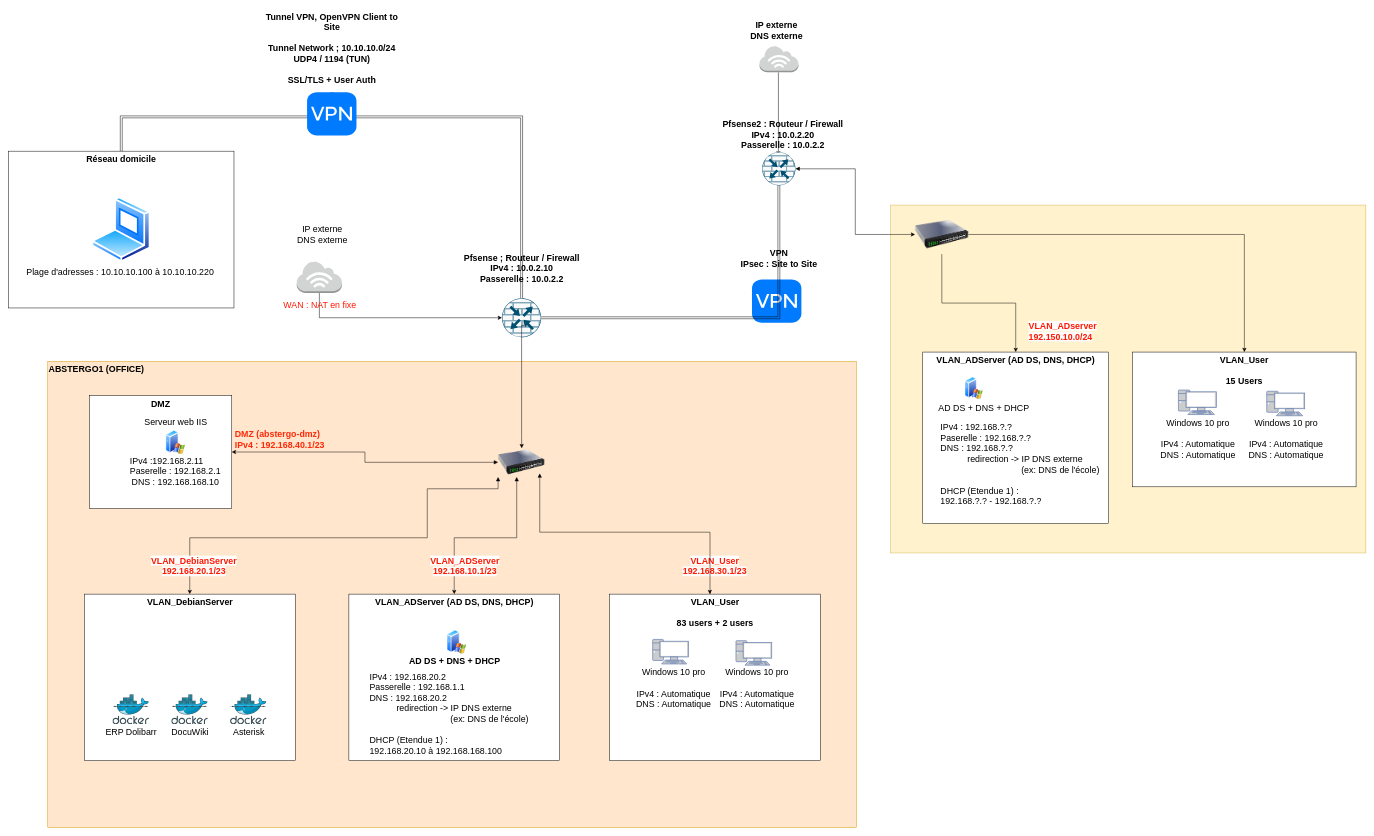
Before: New Network Architecture Abstergo.drawio in CharifMah/AbstergoAnimus, a draw.io diagram. Source tidied: cells renumbered, new cells numbered last; positions are measured from the earlier drawing's top-left corner, leaving out a move shared by most shapes. Both pictures are drawn from the tidied source at 49%, with x=0, y=0 at pixel (8, 8).
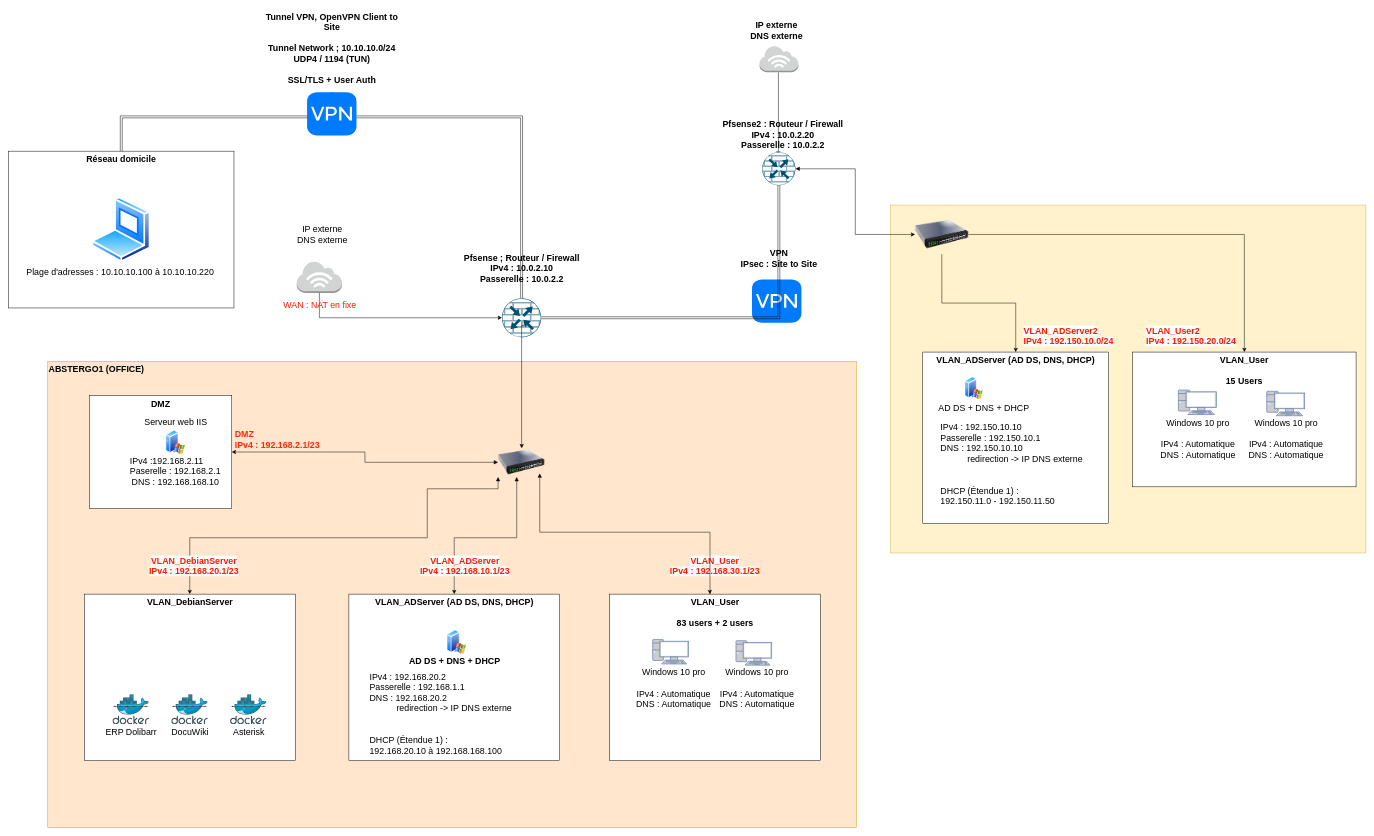
After the change.

Commit message:
Mettre à jour New Network Architecture Abstergo.drawio

The change refers to these unchanged cells:
```xml
<mxCell id="8" style="group;fontSize=18;" parent="1" vertex="1">
  <mxGeometry x="1800" y="401" width="970" height="710" as="geometry" />
</mxCell>
<mxCell id="10" style="group;fontSize=18;" parent="8" vertex="1">
  <mxGeometry x="65.7" y="300" width="384.5" height="350" as="geometry" />
</mxCell>
<mxCell id="56" style="group;fontSize=18;" parent="1" vertex="1">
  <mxGeometry x="154.5" y="1110" width="430.5" height="425" as="geometry" />
</mxCell>
<mxCell id="64" style="group;fontSize=18;" parent="1" vertex="1">
  <mxGeometry x="694.5" y="1110" width="443" height="425" as="geometry" />
</mxCell>
<mxCell id="69" style="group;fontSize=18;" parent="67" vertex="1">
  <mxGeometry x="40" y="72.5" width="350" height="267.5" as="geometry" />
</mxCell>
<mxCell id="73" style="group;fontSize=18;" parent="1" vertex="1">
  <mxGeometry x="1226.5" y="1110" width="430" height="425" as="geometry" />
</mxCell>
<mxCell id="84" style="group;fontSize=18;" parent="1" vertex="1">
  <mxGeometry x="165" y="790" width="505" height="230" as="geometry" />
</mxCell>
```

The edit, as a diff of the source:
```diff
@@
-    <mxCell id="15" value="IPv4 : 192.168.?.?&lt;br style=&quot;font-size: 18px;&quot;&gt;Paserelle : 192.168.?.?&lt;br style=&quot;font-size: 18px;&quot;&gt;DNS : 192.168.?.?&lt;br style=&quot;font-size: 18px;&quot;&gt;&amp;nbsp; &amp;nbsp; &amp;nbsp; &amp;nbsp; &amp;nbsp; &amp;nbsp;redirection -&amp;gt; IP DNS externe&lt;br style=&quot;font-size: 18px;&quot;&gt;&amp;nbsp; &amp;nbsp; &amp;nbsp; &amp;nbsp; &amp;nbsp; &amp;nbsp; &amp;nbsp; &amp;nbsp; &amp;nbsp; &amp;nbsp; &amp;nbsp; &amp;nbsp; &amp;nbsp; &amp;nbsp; &amp;nbsp; &amp;nbsp; &amp;nbsp;(ex: DNS de l'école)&lt;br style=&quot;font-size: 18px;&quot;&gt;&lt;br style=&quot;font-size: 18px;&quot;&gt;DHCP (Etendue 1) :&lt;br style=&quot;font-size: 18px;&quot;&gt;192.168.?.? - 192.168.?.?" style="text;html=1;align=left;verticalAlign=middle;strokeColor=none;fillColor=none;fontSize=18;" parent="10" vertex="1">
-      <mxGeometry x="34.5" y="135" width="350" height="190" as="geometry" />
+    <mxCell id="15" value="IPv4 : 192.150.10.10&lt;br style=&quot;font-size: 18px;&quot;&gt;Passerelle : 192.150.10.1&lt;br style=&quot;font-size: 18px;&quot;&gt;DNS : 192.150.10.10&lt;br style=&quot;font-size: 18px;&quot;&gt;&amp;nbsp; &amp;nbsp; &amp;nbsp; &amp;nbsp; &amp;nbsp; &amp;nbsp;redirection -&amp;gt; IP DNS externe&lt;br style=&quot;font-size: 18px;&quot;&gt;&amp;nbsp; &amp;nbsp; &amp;nbsp; &amp;nbsp; &amp;nbsp; &amp;nbsp; &amp;nbsp; &amp;nbsp; &amp;nbsp; &amp;nbsp; &amp;nbsp; &amp;nbsp; &amp;nbsp; &amp;nbsp; &amp;nbsp; &amp;nbsp; &lt;br style=&quot;font-size: 18px;&quot;&gt;&lt;br style=&quot;font-size: 18px;&quot;&gt;DHCP (Étendue 1) :&lt;br style=&quot;font-size: 18px;&quot;&gt;192.150.11.0 - 192.150.11.50" style="text;html=1;align=left;verticalAlign=middle;strokeColor=none;fillColor=none;fontSize=18;" parent="10" vertex="1">
+      <mxGeometry x="34.5" y="135" width="310" height="190" as="geometry" />
     </mxCell>
@@
-    <mxCell id="28" value="&lt;font style=&quot;font-size: 18px;&quot; color=&quot;#ff1900&quot;&gt;&lt;b style=&quot;font-size: 18px;&quot;&gt;&lt;span style=&quot;font-family: Helvetica; font-style: normal; font-variant-ligatures: normal; font-variant-caps: normal; letter-spacing: normal; orphans: 2; text-align: center; text-indent: 0px; text-transform: none; widows: 2; word-spacing: 0px; -webkit-text-stroke-width: 0px; background-color: rgb(255, 255, 255); text-decoration-thickness: initial; text-decoration-style: initial; text-decoration-color: initial; float: none; font-size: 18px; display: inline !important;&quot;&gt;VLAN_ADserver&lt;/span&gt;&lt;br style=&quot;border-color: var(--border-color); font-family: Helvetica; font-style: normal; font-variant-ligatures: normal; font-variant-caps: normal; letter-spacing: normal; orphans: 2; text-indent: 0px; text-transform: none; widows: 2; word-spacing: 0px; -webkit-text-stroke-width: 0px; text-decoration-thickness: initial; text-decoration-style: initial; text-decoration-color: initial; text-align: left; background-color: rgb(251, 251, 251); font-size: 18px;&quot;&gt;&lt;span style=&quot;border-color: var(--border-color); font-family: Helvetica; font-style: normal; font-variant-ligatures: normal; font-variant-caps: normal; letter-spacing: normal; orphans: 2; text-indent: 0px; text-transform: none; widows: 2; word-spacing: 0px; -webkit-text-stroke-width: 0px; text-decoration-thickness: initial; text-decoration-style: initial; text-decoration-color: initial; text-align: left; background-color: rgb(251, 251, 251); font-size: 18px;&quot;&gt;192.150.10.0/24&lt;/span&gt;&lt;/b&gt;&lt;/font&gt;" style="text;whiteSpace=wrap;html=1;fontSize=18;" parent="8" vertex="1">
-      <mxGeometry x="280" y="230" width="203.7" height="60" as="geometry" />
+    <mxCell id="28" value="&lt;font style=&quot;font-size: 18px;&quot; color=&quot;#ff1900&quot;&gt;&lt;b style=&quot;font-size: 18px;&quot;&gt;&lt;span style=&quot;font-family: Helvetica; font-style: normal; font-variant-ligatures: normal; font-variant-caps: normal; letter-spacing: normal; orphans: 2; text-align: center; text-indent: 0px; text-transform: none; widows: 2; word-spacing: 0px; -webkit-text-stroke-width: 0px; background-color: rgb(255, 255, 255); text-decoration-thickness: initial; text-decoration-style: initial; text-decoration-color: initial; float: none; font-size: 18px; display: inline !important;&quot;&gt;VLAN_ADServer2&lt;/span&gt;&lt;br style=&quot;border-color: var(--border-color); font-family: Helvetica; font-style: normal; font-variant-ligatures: normal; font-variant-caps: normal; letter-spacing: normal; orphans: 2; text-indent: 0px; text-transform: none; widows: 2; word-spacing: 0px; -webkit-text-stroke-width: 0px; text-decoration-thickness: initial; text-decoration-style: initial; text-decoration-color: initial; text-align: left; background-color: rgb(251, 251, 251); font-size: 18px;&quot;&gt;&lt;span style=&quot;border-color: var(--border-color); font-family: Helvetica; font-style: normal; font-variant-ligatures: normal; font-variant-caps: normal; letter-spacing: normal; orphans: 2; text-indent: 0px; text-transform: none; widows: 2; word-spacing: 0px; -webkit-text-stroke-width: 0px; text-decoration-thickness: initial; text-decoration-style: initial; text-decoration-color: initial; text-align: left; background-color: rgb(251, 251, 251); font-size: 18px;&quot;&gt;IPv4 : 192.150.10.0/24&lt;/span&gt;&lt;/b&gt;&lt;/font&gt;" style="text;whiteSpace=wrap;html=1;fontSize=18;" parent="8" vertex="1">
+      <mxGeometry x="270" y="240" width="200" height="60" as="geometry" />
     </mxCell>
+    <mxCell id="96" value="&lt;font style=&quot;font-size: 18px;&quot; color=&quot;#ff1900&quot;&gt;&lt;b style=&quot;font-size: 18px;&quot;&gt;&lt;span style=&quot;font-family: Helvetica; font-style: normal; font-variant-ligatures: normal; font-variant-caps: normal; letter-spacing: normal; orphans: 2; text-align: center; text-indent: 0px; text-transform: none; widows: 2; word-spacing: 0px; -webkit-text-stroke-width: 0px; background-color: rgb(255, 255, 255); text-decoration-thickness: initial; text-decoration-style: initial; text-decoration-color: initial; float: none; font-size: 18px; display: inline !important;&quot;&gt;VLAN_User2&lt;/span&gt;&lt;br style=&quot;border-color: var(--border-color); font-family: Helvetica; font-style: normal; font-variant-ligatures: normal; font-variant-caps: normal; letter-spacing: normal; orphans: 2; text-indent: 0px; text-transform: none; widows: 2; word-spacing: 0px; -webkit-text-stroke-width: 0px; text-decoration-thickness: initial; text-decoration-style: initial; text-decoration-color: initial; text-align: left; background-color: rgb(251, 251, 251); font-size: 18px;&quot;&gt;&lt;span style=&quot;border-color: var(--border-color); font-family: Helvetica; font-style: normal; font-variant-ligatures: normal; font-variant-caps: normal; letter-spacing: normal; orphans: 2; text-indent: 0px; text-transform: none; widows: 2; word-spacing: 0px; -webkit-text-stroke-width: 0px; text-decoration-thickness: initial; text-decoration-style: initial; text-decoration-color: initial; text-align: left; background-color: rgb(251, 251, 251); font-size: 18px;&quot;&gt;IPv4 : 192.150.20.0/24&lt;/span&gt;&lt;/b&gt;&lt;/font&gt;" style="text;whiteSpace=wrap;html=1;fontSize=18;" parent="8" vertex="1">
+      <mxGeometry x="520" y="240" width="193.7" height="60" as="geometry" />
+    </mxCell>
@@
-    <mxCell id="57" value="&lt;font style=&quot;font-size: 18px;&quot; color=&quot;#ff1900&quot;&gt;&lt;b style=&quot;font-size: 18px;&quot;&gt;&lt;span style=&quot;font-family: Helvetica; font-style: normal; font-variant-ligatures: normal; font-variant-caps: normal; letter-spacing: normal; orphans: 2; text-indent: 0px; text-transform: none; widows: 2; word-spacing: 0px; -webkit-text-stroke-width: 0px; background-color: rgb(255, 255, 255); text-decoration-thickness: initial; text-decoration-style: initial; text-decoration-color: initial; float: none; font-size: 18px; display: inline !important;&quot;&gt;VLAN_DebianServer&lt;/span&gt;&lt;br style=&quot;border-color: var(--border-color); font-family: Helvetica; font-style: normal; font-variant-ligatures: normal; font-variant-caps: normal; letter-spacing: normal; orphans: 2; text-indent: 0px; text-transform: none; widows: 2; word-spacing: 0px; -webkit-text-stroke-width: 0px; text-decoration-thickness: initial; text-decoration-style: initial; text-decoration-color: initial; background-color: rgb(251, 251, 251); font-size: 18px;&quot;&gt;&lt;span style=&quot;border-color: var(--border-color); font-family: Helvetica; font-style: normal; font-variant-ligatures: normal; font-variant-caps: normal; letter-spacing: normal; orphans: 2; text-indent: 0px; text-transform: none; widows: 2; word-spacing: 0px; -webkit-text-stroke-width: 0px; text-decoration-thickness: initial; text-decoration-style: initial; text-decoration-color: initial; background-color: rgb(251, 251, 251); font-size: 18px;&quot;&gt;192.168.20.1/23&lt;/span&gt;&lt;/b&gt;&lt;/font&gt;" style="text;whiteSpace=wrap;html=1;align=center;fontSize=18;" parent="56" vertex="1">
+    <mxCell id="57" value="&lt;font style=&quot;font-size: 18px;&quot; color=&quot;#ff1900&quot;&gt;&lt;b style=&quot;font-size: 18px;&quot;&gt;&lt;span style=&quot;font-family: Helvetica; font-style: normal; font-variant-ligatures: normal; font-variant-caps: normal; letter-spacing: normal; orphans: 2; text-indent: 0px; text-transform: none; widows: 2; word-spacing: 0px; -webkit-text-stroke-width: 0px; background-color: rgb(255, 255, 255); text-decoration-thickness: initial; text-decoration-style: initial; text-decoration-color: initial; float: none; font-size: 18px; display: inline !important;&quot;&gt;VLAN_DebianServer&lt;/span&gt;&lt;br style=&quot;border-color: var(--border-color); font-family: Helvetica; font-style: normal; font-variant-ligatures: normal; font-variant-caps: normal; letter-spacing: normal; orphans: 2; text-indent: 0px; text-transform: none; widows: 2; word-spacing: 0px; -webkit-text-stroke-width: 0px; text-decoration-thickness: initial; text-decoration-style: initial; text-decoration-color: initial; background-color: rgb(251, 251, 251); font-size: 18px;&quot;&gt;&lt;span style=&quot;border-color: var(--border-color); font-family: Helvetica; font-style: normal; font-variant-ligatures: normal; font-variant-caps: normal; letter-spacing: normal; orphans: 2; text-indent: 0px; text-transform: none; widows: 2; word-spacing: 0px; -webkit-text-stroke-width: 0px; text-decoration-thickness: initial; text-decoration-style: initial; text-decoration-color: initial; background-color: rgb(251, 251, 251); font-size: 18px;&quot;&gt;IPv4 : 192.168.20.1/23&lt;/span&gt;&lt;/b&gt;&lt;/font&gt;" style="text;whiteSpace=wrap;html=1;align=center;fontSize=18;" parent="56" vertex="1">
       <mxGeometry x="17.5" width="413" height="50" as="geometry" />
     </mxCell>
@@
-    <mxCell id="65" value="&lt;font style=&quot;font-size: 18px;&quot; color=&quot;#ff1900&quot;&gt;&lt;b style=&quot;font-size: 18px;&quot;&gt;&lt;span style=&quot;font-family: Helvetica; font-style: normal; font-variant-ligatures: normal; font-variant-caps: normal; letter-spacing: normal; orphans: 2; text-indent: 0px; text-transform: none; widows: 2; word-spacing: 0px; -webkit-text-stroke-width: 0px; background-color: rgb(255, 255, 255); text-decoration-thickness: initial; text-decoration-style: initial; text-decoration-color: initial; float: none; font-size: 18px; display: inline !important;&quot;&gt;VLAN_ADServer&lt;/span&gt;&lt;br style=&quot;border-color: var(--border-color); font-family: Helvetica; font-style: normal; font-variant-ligatures: normal; font-variant-caps: normal; letter-spacing: normal; orphans: 2; text-indent: 0px; text-transform: none; widows: 2; word-spacing: 0px; -webkit-text-stroke-width: 0px; text-decoration-thickness: initial; text-decoration-style: initial; text-decoration-color: initial; background-color: rgb(251, 251, 251); font-size: 18px;&quot;&gt;&lt;span style=&quot;border-color: var(--border-color); font-family: Helvetica; font-style: normal; font-variant-ligatures: normal; font-variant-caps: normal; letter-spacing: normal; orphans: 2; text-indent: 0px; text-transform: none; widows: 2; word-spacing: 0px; -webkit-text-stroke-width: 0px; text-decoration-thickness: initial; text-decoration-style: initial; text-decoration-color: initial; background-color: rgb(251, 251, 251); font-size: 18px;&quot;&gt;192.168.10.1/23&lt;/span&gt;&lt;/b&gt;&lt;/font&gt;" style="text;whiteSpace=wrap;html=1;align=center;fontSize=18;" parent="64" vertex="1">
+    <mxCell id="65" value="&lt;font style=&quot;font-size: 18px;&quot; color=&quot;#ff1900&quot;&gt;&lt;b style=&quot;font-size: 18px;&quot;&gt;&lt;span style=&quot;font-family: Helvetica; font-style: normal; font-variant-ligatures: normal; font-variant-caps: normal; letter-spacing: normal; orphans: 2; text-indent: 0px; text-transform: none; widows: 2; word-spacing: 0px; -webkit-text-stroke-width: 0px; background-color: rgb(255, 255, 255); text-decoration-thickness: initial; text-decoration-style: initial; text-decoration-color: initial; float: none; font-size: 18px; display: inline !important;&quot;&gt;VLAN_ADServer&lt;/span&gt;&lt;br style=&quot;border-color: var(--border-color); font-family: Helvetica; font-style: normal; font-variant-ligatures: normal; font-variant-caps: normal; letter-spacing: normal; orphans: 2; text-indent: 0px; text-transform: none; widows: 2; word-spacing: 0px; -webkit-text-stroke-width: 0px; text-decoration-thickness: initial; text-decoration-style: initial; text-decoration-color: initial; background-color: rgb(251, 251, 251); font-size: 18px;&quot;&gt;&lt;span style=&quot;border-color: var(--border-color); font-family: Helvetica; font-style: normal; font-variant-ligatures: normal; font-variant-caps: normal; letter-spacing: normal; orphans: 2; text-indent: 0px; text-transform: none; widows: 2; word-spacing: 0px; -webkit-text-stroke-width: 0px; text-decoration-thickness: initial; text-decoration-style: initial; text-decoration-color: initial; background-color: rgb(251, 251, 251); font-size: 18px;&quot;&gt;IPv4 : 192.168.10.1/23&lt;/span&gt;&lt;/b&gt;&lt;/font&gt;" style="text;whiteSpace=wrap;html=1;align=center;fontSize=18;" parent="64" vertex="1">
       <mxGeometry x="30" width="413" height="50" as="geometry" />
     </mxCell>
@@
-    <mxCell id="71" value="IPv4 : 192.168.20.2&lt;br style=&quot;font-size: 18px;&quot;&gt;Passerelle : 192.168.1.1&lt;br style=&quot;font-size: 18px;&quot;&gt;DNS : 192.168.20.2&lt;br style=&quot;font-size: 18px;&quot;&gt;&amp;nbsp; &amp;nbsp; &amp;nbsp; &amp;nbsp; &amp;nbsp; &amp;nbsp;redirection -&amp;gt; IP DNS externe&lt;br style=&quot;font-size: 18px;&quot;&gt;&amp;nbsp; &amp;nbsp; &amp;nbsp; &amp;nbsp; &amp;nbsp; &amp;nbsp; &amp;nbsp; &amp;nbsp; &amp;nbsp; &amp;nbsp; &amp;nbsp; &amp;nbsp; &amp;nbsp; &amp;nbsp; &amp;nbsp; &amp;nbsp; &amp;nbsp;(ex: DNS de l'école)&lt;br style=&quot;font-size: 18px;&quot;&gt;&lt;br style=&quot;font-size: 18px;&quot;&gt;DHCP (Etendue 1) :&lt;br style=&quot;font-size: 18px;&quot;&gt;192.168.20.10 à 192.168.168.100" style="text;html=1;align=left;verticalAlign=middle;strokeColor=none;fillColor=none;fontSize=18;" parent="69" vertex="1">
-      <mxGeometry y="77.5" width="350" height="190" as="geometry" />
+    <mxCell id="71" value="IPv4 : 192.168.20.2&lt;br style=&quot;font-size: 18px;&quot;&gt;Passerelle : 192.168.1.1&lt;br style=&quot;font-size: 18px;&quot;&gt;DNS : 192.168.20.2&lt;br style=&quot;font-size: 18px;&quot;&gt;&amp;nbsp; &amp;nbsp; &amp;nbsp; &amp;nbsp; &amp;nbsp; &amp;nbsp;redirection -&amp;gt; IP DNS externe&lt;br style=&quot;font-size: 18px;&quot;&gt;&amp;nbsp; &amp;nbsp; &amp;nbsp; &amp;nbsp; &amp;nbsp; &amp;nbsp; &amp;nbsp; &amp;nbsp; &amp;nbsp; &amp;nbsp; &amp;nbsp; &amp;nbsp; &amp;nbsp; &amp;nbsp;&amp;nbsp; &lt;br style=&quot;font-size: 18px;&quot;&gt;&lt;br style=&quot;font-size: 18px;&quot;&gt;DHCP (Étendue 1) :&lt;br style=&quot;font-size: 18px;&quot;&gt;192.168.20.10 à 192.168.168.100" style="text;html=1;align=left;verticalAlign=middle;strokeColor=none;fillColor=none;fontSize=18;" parent="69" vertex="1">
+      <mxGeometry y="77.5" width="310" height="190" as="geometry" />
     </mxCell>
@@
-    <mxCell id="74" value="&lt;font style=&quot;font-size: 18px;&quot; color=&quot;#ff1900&quot;&gt;&lt;b style=&quot;font-size: 18px;&quot;&gt;&lt;span style=&quot;font-family: Helvetica; font-style: normal; font-variant-ligatures: normal; font-variant-caps: normal; letter-spacing: normal; orphans: 2; text-indent: 0px; text-transform: none; widows: 2; word-spacing: 0px; -webkit-text-stroke-width: 0px; background-color: rgb(255, 255, 255); text-decoration-thickness: initial; text-decoration-style: initial; text-decoration-color: initial; float: none; font-size: 18px; display: inline !important;&quot;&gt;VLAN_User&lt;/span&gt;&lt;br style=&quot;border-color: var(--border-color); font-family: Helvetica; font-style: normal; font-variant-ligatures: normal; font-variant-caps: normal; letter-spacing: normal; orphans: 2; text-indent: 0px; text-transform: none; widows: 2; word-spacing: 0px; -webkit-text-stroke-width: 0px; text-decoration-thickness: initial; text-decoration-style: initial; text-decoration-color: initial; background-color: rgb(251, 251, 251); font-size: 18px;&quot;&gt;&lt;span style=&quot;border-color: var(--border-color); font-family: Helvetica; font-style: normal; font-variant-ligatures: normal; font-variant-caps: normal; letter-spacing: normal; orphans: 2; text-indent: 0px; text-transform: none; widows: 2; word-spacing: 0px; -webkit-text-stroke-width: 0px; text-decoration-thickness: initial; text-decoration-style: initial; text-decoration-color: initial; background-color: rgb(251, 251, 251); font-size: 18px;&quot;&gt;192.168.30.1/23&lt;/span&gt;&lt;/b&gt;&lt;/font&gt;" style="text;whiteSpace=wrap;html=1;align=center;fontSize=18;" parent="73" vertex="1">
+    <mxCell id="74" value="&lt;font style=&quot;font-size: 18px;&quot; color=&quot;#ff1900&quot;&gt;&lt;b style=&quot;font-size: 18px;&quot;&gt;&lt;span style=&quot;font-family: Helvetica; font-style: normal; font-variant-ligatures: normal; font-variant-caps: normal; letter-spacing: normal; orphans: 2; text-indent: 0px; text-transform: none; widows: 2; word-spacing: 0px; -webkit-text-stroke-width: 0px; background-color: rgb(255, 255, 255); text-decoration-thickness: initial; text-decoration-style: initial; text-decoration-color: initial; float: none; font-size: 18px; display: inline !important;&quot;&gt;VLAN_User&lt;/span&gt;&lt;br style=&quot;border-color: var(--border-color); font-family: Helvetica; font-style: normal; font-variant-ligatures: normal; font-variant-caps: normal; letter-spacing: normal; orphans: 2; text-indent: 0px; text-transform: none; widows: 2; word-spacing: 0px; -webkit-text-stroke-width: 0px; text-decoration-thickness: initial; text-decoration-style: initial; text-decoration-color: initial; background-color: rgb(251, 251, 251); font-size: 18px;&quot;&gt;&lt;span style=&quot;border-color: var(--border-color); font-family: Helvetica; font-style: normal; font-variant-ligatures: normal; font-variant-caps: normal; letter-spacing: normal; orphans: 2; text-indent: 0px; text-transform: none; widows: 2; word-spacing: 0px; -webkit-text-stroke-width: 0px; text-decoration-thickness: initial; text-decoration-style: initial; text-decoration-color: initial; background-color: rgb(251, 251, 251); font-size: 18px;&quot;&gt;IPv4 : 192.168.30.1/23&lt;/span&gt;&lt;/b&gt;&lt;/font&gt;" style="text;whiteSpace=wrap;html=1;align=center;fontSize=18;" parent="73" vertex="1">
       <mxGeometry x="8.5" width="413" height="50" as="geometry" />
     </mxCell>
@@
-    <mxCell id="85" value="&lt;font style=&quot;font-size: 18px;&quot; color=&quot;#ff2908&quot;&gt;&lt;b style=&quot;font-size: 18px;&quot;&gt;DMZ (abstergo-dmz)&amp;nbsp;&lt;br style=&quot;font-size: 18px;&quot;&gt;IPv4 : 192.168.40.1/23&lt;/b&gt;&lt;/font&gt;" style="text;html=1;align=left;verticalAlign=middle;strokeColor=none;fillColor=none;fontSize=18;" parent="84" vertex="1">
-      <mxGeometry x="295" y="65" width="190" height="50" as="geometry" />
+    <mxCell id="85" value="&lt;font style=&quot;font-size: 18px;&quot; color=&quot;#ff2908&quot;&gt;&lt;b style=&quot;font-size: 18px;&quot;&gt;DMZ &lt;br style=&quot;font-size: 18px;&quot;&gt;IPv4 : 192.168.2.1/23&lt;/b&gt;&lt;/font&gt;" style="text;html=1;align=left;verticalAlign=middle;strokeColor=none;fillColor=none;fontSize=18;" parent="84" vertex="1">
+      <mxGeometry x="295" y="60" width="200" height="60" as="geometry" />
     </mxCell>
```
